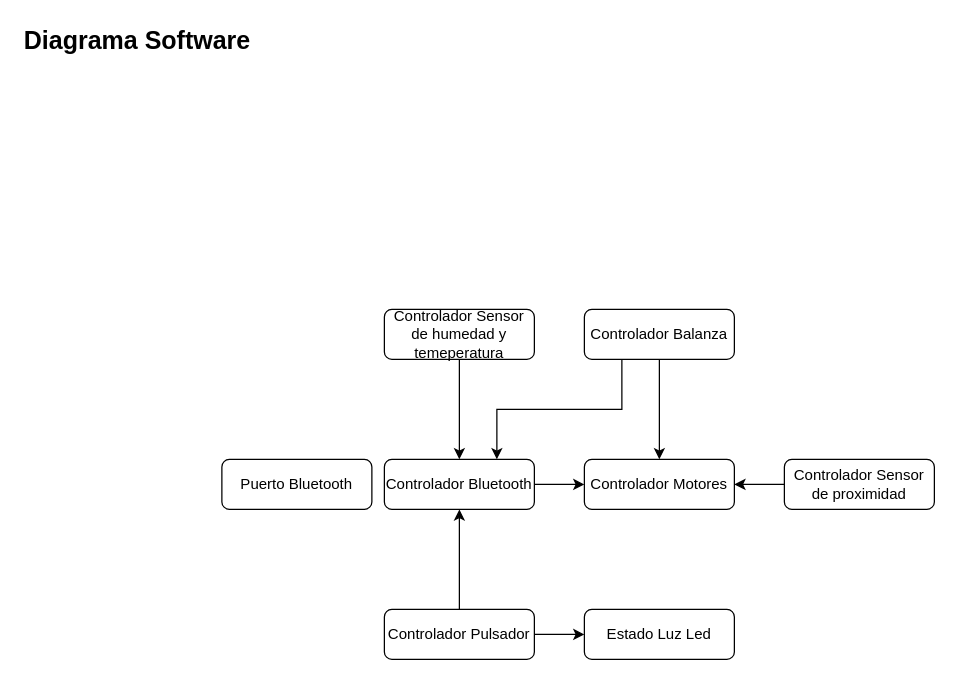
Before: Sistema-Embebido/Diagramas/Software.drawio in ada-lovelace-progra/AsistenteDeCocina, a draw.io diagram. Source tidied: cells renumbered, new cells numbered last; positions are measured from the earlier drawing's top-left corner, leaving out a move shared by most shapes. Both pictures are drawn from the tidied source at 125%, with x=0, y=0 at pixel (21, 21).
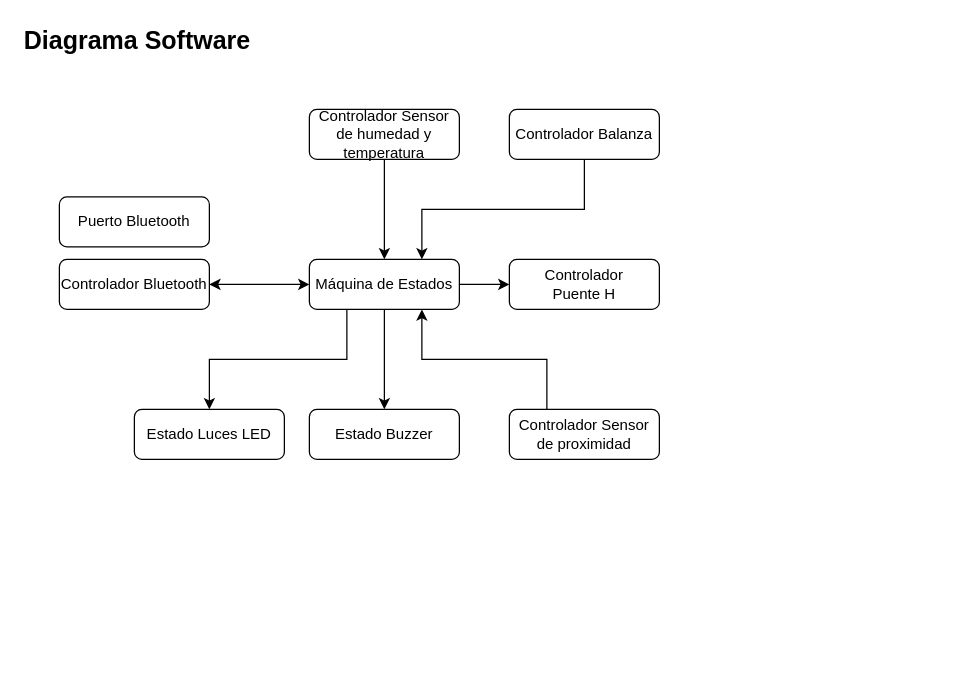
The same page after the edit.

Diff of the diagram source:
```diff
@@
 <mxGraphModel>
   <root>
     <mxCell id="0" />
     <mxCell id="1" parent="0" />
     <mxCell id="2" value="Diagrama Software" style="text;html=1;align=left;verticalAlign=top;spacingTop=-4;fontSize=20;fontStyle=1;" parent="1" vertex="1">
       <mxGeometry width="190" height="30" as="geometry" />
     </mxCell>
     <mxCell id="3" style="edgeStyle=orthogonalEdgeStyle;rounded=0;jettySize=auto;html=1;exitX=1;exitY=0.5;exitDx=0;exitDy=0;entryX=0;entryY=0.5;entryDx=0;entryDy=0;startArrow=none;startFill=0;" parent="1" edge="1" source="4">
       <mxGeometry relative="1" as="geometry">
-        <mxPoint x="450" y="370" as="targetPoint" />
+        <mxPoint x="390" y="210" as="targetPoint" />
       </mxGeometry>
     </mxCell>
+    <mxCell id="18" style="edgeStyle=orthogonalEdgeStyle;rounded=0;jettySize=auto;html=1;exitX=0.25;exitY=1;exitDx=0;exitDy=0;entryX=0.5;entryY=0;entryDx=0;entryDy=0;startArrow=none;startFill=0;" parent="1" edge="1" source="4" target="8">
+      <mxGeometry relative="1" as="geometry" />
+    </mxCell>
+    <mxCell id="19" style="edgeStyle=orthogonalEdgeStyle;rounded=0;jettySize=auto;html=1;exitX=0.5;exitY=1;exitDx=0;exitDy=0;entryX=0.5;entryY=0;entryDx=0;entryDy=0;startArrow=none;startFill=0;" parent="1" edge="1" source="4" target="23">
+      <mxGeometry relative="1" as="geometry" />
+    </mxCell>
-    <mxCell id="4" value="Controlador Bluetooth" style="rounded=1;whiteSpace=wrap;html=1;" parent="1" vertex="1">
-      <mxGeometry x="290" y="350" width="120" height="40" as="geometry" />
+    <mxCell id="4" value="Máquina de Estados" style="rounded=1;whiteSpace=wrap;html=1;" parent="1" vertex="1">
+      <mxGeometry x="230" y="190" width="120" height="40" as="geometry" />
     </mxCell>
-    <mxCell id="5" style="edgeStyle=orthogonalEdgeStyle;rounded=0;jettySize=auto;html=1;exitX=0.5;exitY=0;exitDx=0;exitDy=0;entryX=0.5;entryY=1;entryDx=0;entryDy=0;" parent="1" edge="1" source="7" target="4">
-      <mxGeometry relative="1" as="geometry" />
-    </mxCell>
-    <mxCell id="6" style="edgeStyle=orthogonalEdgeStyle;rounded=0;jettySize=auto;html=1;exitX=1;exitY=0.5;exitDx=0;exitDy=0;entryX=0;entryY=0.5;entryDx=0;entryDy=0;startArrow=none;startFill=0;" parent="1" edge="1" source="7" target="8">
-      <mxGeometry relative="1" as="geometry" />
-    </mxCell>
-    <mxCell id="7" value="Controlador Pulsador" style="rounded=1;whiteSpace=wrap;html=1;" parent="1" vertex="1">
-      <mxGeometry x="290" y="470" width="120" height="40" as="geometry" />
-    </mxCell>
-    <mxCell id="8" value="Estado Luz Led" style="rounded=1;whiteSpace=wrap;html=1;" parent="1" vertex="1">
-      <mxGeometry x="450" y="470" width="120" height="40" as="geometry" />
+    <mxCell id="8" value="Estado Luces LED" style="rounded=1;whiteSpace=wrap;html=1;" parent="1" vertex="1">
+      <mxGeometry x="90" y="310" width="120" height="40" as="geometry" />
     </mxCell>
-    <mxCell id="9" value="Controlador Motores" style="rounded=1;whiteSpace=wrap;html=1;" parent="1" vertex="1">
-      <mxGeometry x="450" y="350" width="120" height="40" as="geometry" />
+    <mxCell id="9" value="Controlador&lt;br&gt;Puente H" style="rounded=1;whiteSpace=wrap;html=1;" parent="1" vertex="1">
+      <mxGeometry x="390" y="190" width="120" height="40" as="geometry" />
     </mxCell>
-    <mxCell id="10" style="edgeStyle=orthogonalEdgeStyle;rounded=0;jettySize=auto;html=1;exitX=0.25;exitY=1;exitDx=0;exitDy=0;entryX=0.75;entryY=0;entryDx=0;entryDy=0;" parent="1" edge="1" source="12" target="4">
+    <mxCell id="10" style="edgeStyle=orthogonalEdgeStyle;rounded=0;jettySize=auto;html=1;exitX=0.5;exitY=1;exitDx=0;exitDy=0;entryX=0.75;entryY=0;entryDx=0;entryDy=0;startArrow=none;startFill=0;" parent="1" edge="1" source="12" target="4">
       <mxGeometry relative="1" as="geometry" />
     </mxCell>
-    <mxCell id="11" style="edgeStyle=orthogonalEdgeStyle;rounded=0;jettySize=auto;html=1;exitX=0.5;exitY=1;exitDx=0;exitDy=0;entryX=0.5;entryY=0;entryDx=0;entryDy=0;" parent="1" edge="1" source="12" target="9">
-      <mxGeometry relative="1" as="geometry" />
-    </mxCell>
     <mxCell id="12" value="Controlador Balanza" style="rounded=1;whiteSpace=wrap;html=1;" parent="1" vertex="1">
-      <mxGeometry x="450" y="230" width="120" height="40" as="geometry" />
+      <mxGeometry x="390" y="70" width="120" height="40" as="geometry" />
     </mxCell>
     <mxCell id="13" style="edgeStyle=orthogonalEdgeStyle;rounded=0;jettySize=auto;html=1;exitX=0.5;exitY=1;exitDx=0;exitDy=0;entryX=0.5;entryY=0;entryDx=0;entryDy=0;startArrow=none;startFill=0;" parent="1" edge="1" source="14" target="4">
       <mxGeometry relative="1" as="geometry" />
     </mxCell>
-    <mxCell id="14" value="Controlador Sensor de humedad y temeperatura" style="rounded=1;whiteSpace=wrap;html=1;" parent="1" vertex="1">
-      <mxGeometry x="290" y="230" width="120" height="40" as="geometry" />
+    <mxCell id="14" value="Controlador Sensor de humedad y temperatura" style="rounded=1;whiteSpace=wrap;html=1;" parent="1" vertex="1">
+      <mxGeometry x="230" y="70" width="120" height="40" as="geometry" />
     </mxCell>
-    <mxCell id="15" style="edgeStyle=orthogonalEdgeStyle;rounded=0;jettySize=auto;html=1;exitX=0;exitY=0.5;exitDx=0;exitDy=0;entryX=1;entryY=0.5;entryDx=0;entryDy=0;" parent="1" edge="1" source="16" target="9">
-      <mxGeometry relative="1" as="geometry" />
-    </mxCell>
+    <mxCell id="20" style="edgeStyle=orthogonalEdgeStyle;rounded=0;jettySize=auto;html=1;exitX=0.25;exitY=0;exitDx=0;exitDy=0;entryX=0.75;entryY=1;entryDx=0;entryDy=0;startArrow=none;startFill=0;" parent="1" edge="1" source="16" target="4">
+      <mxGeometry relative="1" as="geometry" />
+    </mxCell>
     <mxCell id="16" value="Controlador Sensor de proximidad" style="rounded=1;whiteSpace=wrap;html=1;" parent="1" vertex="1">
-      <mxGeometry x="610" y="350" width="120" height="40" as="geometry" />
+      <mxGeometry x="390" y="310" width="120" height="40" as="geometry" />
     </mxCell>
     <mxCell id="17" value="Puerto Bluetooth" style="rounded=1;whiteSpace=wrap;html=1;" parent="1" vertex="1">
-      <mxGeometry x="160" y="350" width="120" height="40" as="geometry" />
+      <mxGeometry x="30" y="140" width="120" height="40" as="geometry" />
     </mxCell>
+    <mxCell id="21" style="edgeStyle=orthogonalEdgeStyle;rounded=0;jettySize=auto;html=1;exitX=1;exitY=0.5;exitDx=0;exitDy=0;entryX=0;entryY=0.5;entryDx=0;entryDy=0;startArrow=classic;startFill=1;" parent="1" edge="1" source="22" target="4">
+      <mxGeometry relative="1" as="geometry" />
+    </mxCell>
+    <mxCell id="22" value="Controlador Bluetooth" style="rounded=1;whiteSpace=wrap;html=1;" parent="1" vertex="1">
+      <mxGeometry x="30" y="190" width="120" height="40" as="geometry" />
+    </mxCell>
+    <mxCell id="23" value="Estado Buzzer" style="rounded=1;whiteSpace=wrap;html=1;" parent="1" vertex="1">
+      <mxGeometry x="230" y="310" width="120" height="40" as="geometry" />
+    </mxCell>
   </root>
 </mxGraphModel>
```
